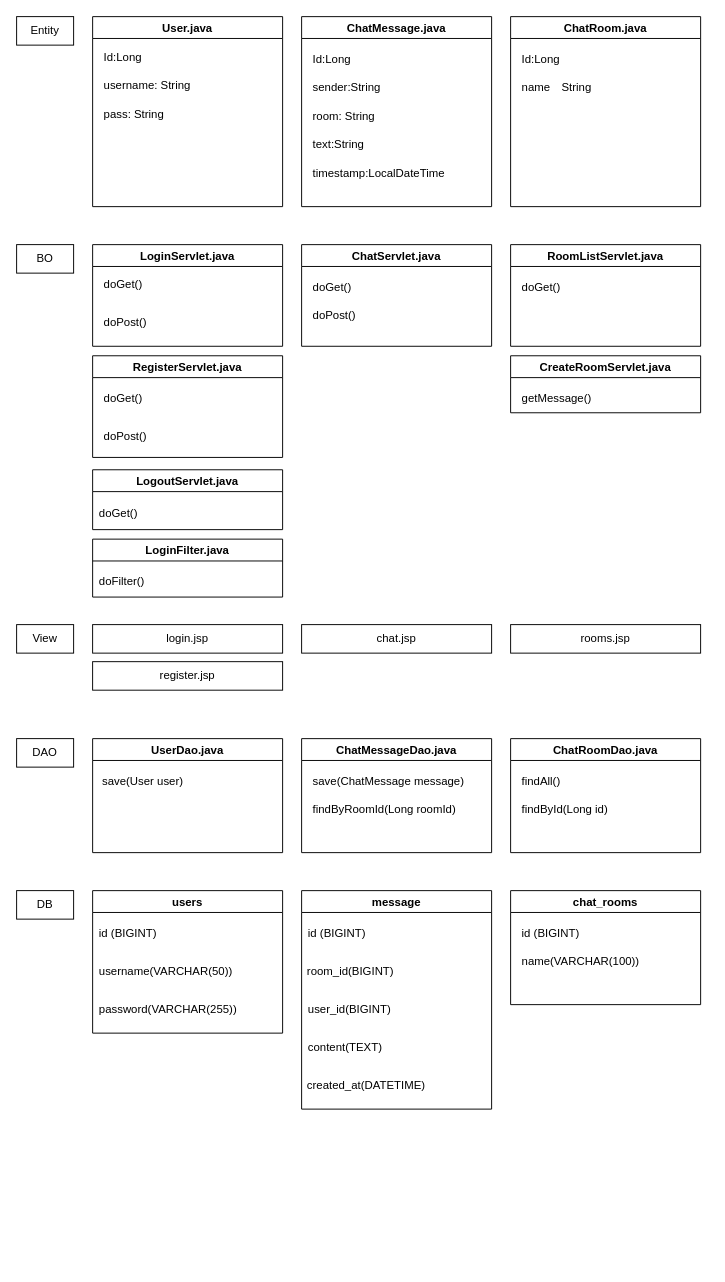
This is class diagram.drawio from SBharada20/jobridge202505, a draw.io file, before an edit. Source tidied: cells renumbered, new cells numbered last; positions are measured from the earlier drawing's top-left corner, leaving out a move shared by most shapes. Both pictures are drawn from the tidied source at 95%, with x=0, y=0 at pixel (16, 16).
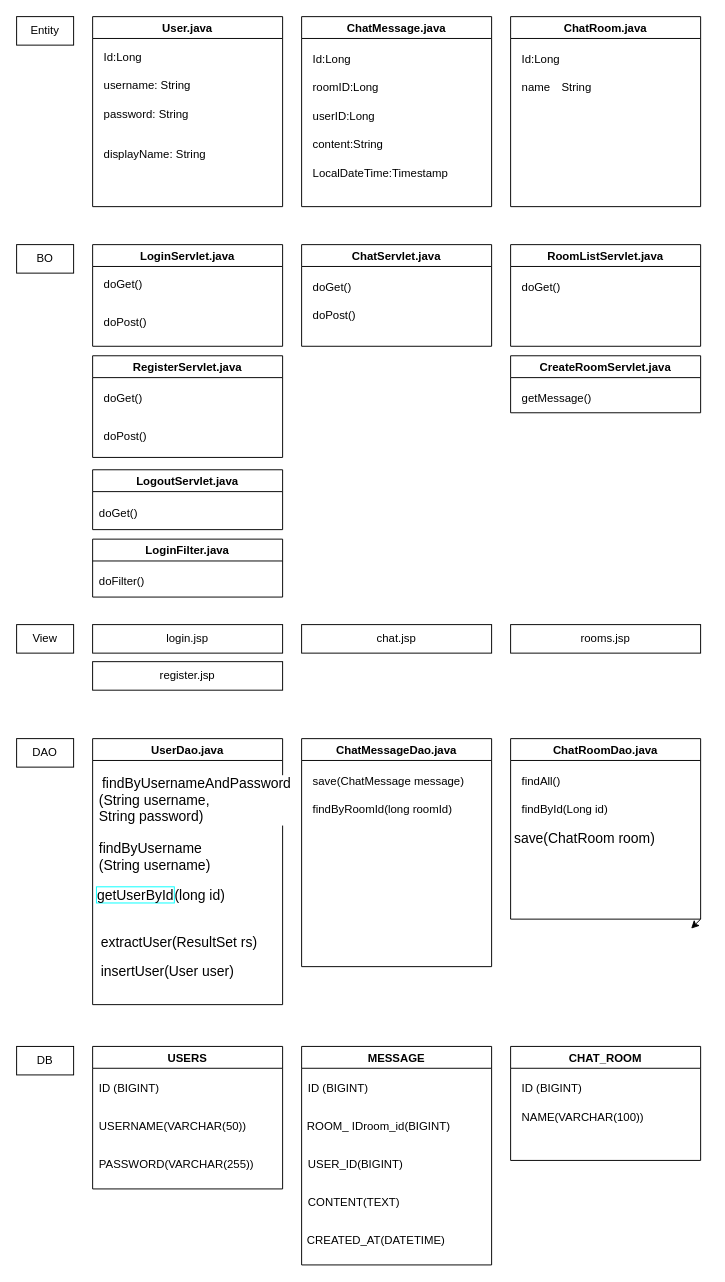
The same diagram, later.

The change refers to these unchanged cells:
```xml
<mxCell id="2" value="User.java" style="swimlane;" parent="1" vertex="1">
  <mxGeometry x="80" width="200" height="200" as="geometry" />
</mxCell>
<mxCell id="6" value="ChatMessage.java" style="swimlane;" parent="1" vertex="1">
  <mxGeometry x="300" width="200" height="200" as="geometry" />
</mxCell>
```

The edit, as a diff of the source:
```diff
@@
-    <mxCell id="5" value="pass: String" style="text;html=1;align=left;verticalAlign=middle;strokeColor=none;fillColor=none;" parent="2" vertex="1">
-      <mxGeometry x="10" y="88" width="90" height="30" as="geometry" />
+    <mxCell id="5" value="password: String" style="text;html=1;align=left;verticalAlign=middle;strokeColor=none;fillColor=none;" parent="2" vertex="1">
+      <mxGeometry x="10" y="88" width="110" height="30" as="geometry" />
     </mxCell>
+    <mxCell id="62" value="displayName: String" style="text;html=1;align=left;verticalAlign=middle;strokeColor=none;fillColor=none;" parent="2" vertex="1">
+      <mxGeometry x="10" y="130" width="130" height="30" as="geometry" />
+    </mxCell>
@@
-    <mxCell id="7" value="room: String" style="text;html=1;align=left;verticalAlign=middle;strokeColor=none;fillColor=none;" parent="6" vertex="1">
+    <mxCell id="7" value="&lt;span style=&quot;color: rgb(0, 0, 0);&quot;&gt;userID:Long&lt;/span&gt;" style="text;html=1;align=left;verticalAlign=middle;strokeColor=none;fillColor=none;" parent="6" vertex="1">
       <mxGeometry x="10" y="90" width="90" height="30" as="geometry" />
     </mxCell>
-    <mxCell id="8" value="sender:String" style="text;html=1;align=left;verticalAlign=middle;strokeColor=none;fillColor=none;" parent="6" vertex="1">
+    <mxCell id="8" value="roomID:Long" style="text;html=1;align=left;verticalAlign=middle;strokeColor=none;fillColor=none;" parent="6" vertex="1">
       <mxGeometry x="10" y="60" width="90" height="30" as="geometry" />
     </mxCell>
@@
-    <mxCell id="10" value="text:String" style="text;html=1;align=left;verticalAlign=middle;strokeColor=none;fillColor=none;" parent="6" vertex="1">
-      <mxGeometry x="10" y="120" width="80" height="30" as="geometry" />
+    <mxCell id="10" value="content:String" style="text;html=1;align=left;verticalAlign=middle;strokeColor=none;fillColor=none;" parent="6" vertex="1">
+      <mxGeometry x="10" y="120" width="100" height="30" as="geometry" />
     </mxCell>
-    <mxCell id="11" value="timestamp&lt;span style=&quot;background-color: transparent; color: light-dark(rgb(0, 0, 0), rgb(255, 255, 255));&quot;&gt;:LocalDateTime&lt;/span&gt;" style="text;html=1;align=left;verticalAlign=middle;strokeColor=none;fillColor=none;" parent="6" vertex="1">
-      <mxGeometry x="10" y="150" width="160" height="30" as="geometry" />
+    <mxCell id="11" value="LocalDateTime&lt;span style=&quot;background-color: transparent; color: light-dark(rgb(0, 0, 0), rgb(255, 255, 255));&quot;&gt;:Timestamp&lt;/span&gt;" style="text;html=1;align=left;verticalAlign=middle;strokeColor=none;fillColor=none;" parent="6" vertex="1">
+      <mxGeometry x="10" y="150" width="170" height="30" as="geometry" />
     </mxCell>
@@
     <mxCell id="31" value="UserDao.java" style="swimlane;" parent="1" vertex="1">
-      <mxGeometry x="80" y="760" width="200" height="120" as="geometry" />
+      <mxGeometry x="80" y="760" width="200" height="280" as="geometry" />
     </mxCell>
+    <mxCell id="63" value="&lt;span style=&quot;padding: 0px 0px 0px 2px;&quot;&gt;&lt;span style=&quot;font-family: &amp;quot;ＭＳ ゴシック&amp;quot;; font-size: 11pt; white-space-collapse: preserve;&quot;&gt;&lt;font style=&quot;color: rgb(0, 0, 0);&quot;&gt;&lt;span&gt;&lt;/span&gt;&lt;span&gt;findByUsername&lt;/span&gt;&lt;/font&gt;&lt;/span&gt;&lt;/span&gt;&lt;div&gt;&lt;span style=&quot;padding: 0px 0px 0px 2px;&quot;&gt;&lt;span style=&quot;font-family: &amp;quot;ＭＳ ゴシック&amp;quot;; font-size: 11pt; white-space-collapse: preserve;&quot;&gt;&lt;font style=&quot;color: rgb(0, 0, 0);&quot;&gt;&lt;span&gt;(&lt;/span&gt;&lt;span&gt;String&lt;/span&gt;&lt;span&gt; &lt;/span&gt;&lt;span&gt;username&lt;/span&gt;&lt;span&gt;)&lt;/span&gt;&lt;/font&gt;&lt;/span&gt;&lt;/span&gt;&lt;/div&gt;" style="text;html=1;align=left;verticalAlign=middle;strokeColor=none;fillColor=none;labelBackgroundColor=default;labelBorderColor=none;" parent="31" vertex="1">
+      <mxGeometry x="2.5" y="100" width="150" height="50" as="geometry" />
+    </mxCell>
-    <mxCell id="32" value="&amp;nbsp;save(User user)" style="text;html=1;align=left;verticalAlign=middle;strokeColor=none;fillColor=none;" parent="31" vertex="1">
-      <mxGeometry x="5" y="30" width="110" height="30" as="geometry" />
+    <mxCell id="32" value="&amp;nbsp;&lt;span style=&quot;padding: 0px 0px 0px 2px;&quot;&gt;&lt;span style=&quot;font-family: &amp;quot;ＭＳ ゴシック&amp;quot;; font-size: 11pt; white-space-collapse: preserve;&quot;&gt;&lt;span style=&quot;text-decoration-color: rgb(0, 102, 204);&quot;&gt;findByUsernameAndPassword&lt;/span&gt;&lt;/span&gt;&lt;/span&gt;&lt;div&gt;&lt;span style=&quot;padding: 0px 0px 0px 2px;&quot;&gt;&lt;span style=&quot;font-family: &amp;quot;ＭＳ ゴシック&amp;quot;; font-size: 11pt; white-space-collapse: preserve;&quot;&gt;&lt;span style=&quot;&quot;&gt;(&lt;/span&gt;&lt;span style=&quot;&quot;&gt;String&lt;/span&gt;&lt;span style=&quot;&quot;&gt; &lt;/span&gt;&lt;span style=&quot;&quot;&gt;username&lt;/span&gt;&lt;span style=&quot;&quot;&gt;,&lt;/span&gt;&lt;span style=&quot;&quot;&gt; &lt;/span&gt;&lt;/span&gt;&lt;/span&gt;&lt;/div&gt;&lt;div&gt;&lt;span style=&quot;padding: 0px 0px 0px 2px;&quot;&gt;&lt;span style=&quot;font-family: &amp;quot;ＭＳ ゴシック&amp;quot;; font-size: 11pt; white-space-collapse: preserve;&quot;&gt;String password) &lt;/span&gt;&lt;/span&gt;&lt;/div&gt;" style="text;html=1;align=left;verticalAlign=middle;strokeColor=none;fillColor=none;labelBackgroundColor=default;fontColor=#000000;" parent="31" vertex="1">
+      <mxGeometry x="2.5" y="30" width="210" height="70" as="geometry" />
     </mxCell>
+    <mxCell id="64" value="&lt;div style=&quot;padding: 0px 0px 0px 2px;&quot;&gt;&lt;div style=&quot;font-family: &amp;quot;ＭＳ ゴシック&amp;quot;; font-size: 11pt; white-space-collapse: preserve;&quot;&gt;&lt;p style=&quot;margin: 0px;&quot;&gt;&lt;font style=&quot;color: rgb(0, 0, 0);&quot;&gt;&lt;span&gt;&lt;/span&gt;&lt;span&gt;extractUser&lt;/span&gt;&lt;span&gt;(&lt;/span&gt;&lt;span&gt;ResultSet&lt;/span&gt;&lt;span&gt; &lt;/span&gt;&lt;span&gt;rs&lt;/span&gt;&lt;span&gt;)&lt;/span&gt;&lt;span&gt; &lt;/span&gt;&lt;/font&gt;&lt;/p&gt;&lt;/div&gt;&lt;/div&gt;" style="text;html=1;align=left;verticalAlign=middle;strokeColor=none;fillColor=none;labelBackgroundColor=default;" parent="31" vertex="1">
+      <mxGeometry x="5" y="200" width="210" height="30" as="geometry" />
+    </mxCell>
+    <mxCell id="65" value="&lt;span style=&quot;padding: 0px 0px 0px 2px;&quot;&gt;&lt;span style=&quot;font-family: &amp;quot;ＭＳ ゴシック&amp;quot;; font-size: 11pt; white-space-collapse: preserve;&quot;&gt;&lt;font&gt;&lt;font style=&quot;color: rgb(0, 0, 0);&quot;&gt;&lt;span&gt;&lt;/span&gt;&lt;/font&gt;&lt;span style=&quot;border: 1pt solid rgb(0, 255, 255);&quot;&gt;&lt;font style=&quot;color: rgb(0, 0, 0);&quot;&gt;getUserById&lt;/font&gt;&lt;/span&gt;&lt;font style=&quot;color: rgb(0, 0, 0);&quot;&gt;(long id)&lt;/font&gt;&lt;/font&gt;&lt;/span&gt;&lt;/span&gt;" style="text;html=1;align=left;verticalAlign=middle;strokeColor=none;fillColor=none;labelBackgroundColor=default;" parent="31" vertex="1">
+      <mxGeometry y="150" width="170" height="30" as="geometry" />
+    </mxCell>
+    <mxCell id="66" value="&lt;span style=&quot;padding: 0px 0px 0px 2px;&quot;&gt;&lt;span style=&quot;font-family: &amp;quot;ＭＳ ゴシック&amp;quot;; font-size: 11pt; white-space-collapse: preserve; background-color: light-dark(#ffffff, var(--ge-dark-color, #121212));&quot;&gt;&lt;font style=&quot;color: rgb(0, 0, 0);&quot;&gt;&lt;span&gt;insertUser&lt;/span&gt;&lt;span&gt;(&lt;/span&gt;&lt;span&gt;User&lt;/span&gt;&lt;span&gt; &lt;/span&gt;&lt;span&gt;user&lt;/span&gt;&lt;span&gt;)&lt;/span&gt;&lt;/font&gt;&lt;/span&gt;&lt;/span&gt;" style="text;html=1;align=left;verticalAlign=middle;strokeColor=none;fillColor=none;labelBackgroundColor=default;" parent="31" vertex="1">
+      <mxGeometry x="5" y="230" width="180" height="30" as="geometry" />
+    </mxCell>
     <mxCell id="33" value="ChatMessageDao.java" style="swimlane;" parent="1" vertex="1">
-      <mxGeometry x="300" y="760" width="200" height="120" as="geometry" />
+      <mxGeometry x="300" y="760" width="200" height="240" as="geometry" />
     </mxCell>
@@
-    <mxCell id="35" value="findByRoomId(Long roomId)" style="text;html=1;align=left;verticalAlign=middle;strokeColor=none;fillColor=none;" parent="33" vertex="1">
+    <mxCell id="35" value="findByRoomId(long roomId)" style="text;html=1;align=left;verticalAlign=middle;strokeColor=none;fillColor=none;" parent="33" vertex="1">
       <mxGeometry x="10" y="60" width="170" height="30" as="geometry" />
     </mxCell>
+    <mxCell id="67" style="edgeStyle=none;html=1;exitX=1;exitY=1;exitDx=0;exitDy=0;" parent="1" edge="1" source="36">
+      <mxGeometry relative="1" as="geometry">
+        <mxPoint x="710" y="960" as="targetPoint" />
+      </mxGeometry>
+    </mxCell>
     <mxCell id="36" value="ChatRoomDao.java" style="swimlane;" parent="1" vertex="1">
-      <mxGeometry x="520" y="760" width="200" height="120" as="geometry" />
+      <mxGeometry x="520" y="760" width="200" height="190" as="geometry" />
     </mxCell>
@@
+    <mxCell id="68" style="text;html=1;align=left;verticalAlign=middle;strokeColor=none;fillColor=none;" parent="36" vertex="1">
+      <mxGeometry x="10" y="80" width="20" height="30" as="geometry" />
+    </mxCell>
+    <mxCell id="69" value="&lt;span style=&quot;padding: 0px 0px 0px 2px;&quot;&gt;&lt;span style=&quot;font-family: &amp;quot;ＭＳ ゴシック&amp;quot;; font-size: 11pt; white-space-collapse: preserve;&quot;&gt;&lt;span style=&quot;&quot;&gt;save&lt;/span&gt;&lt;span style=&quot;&quot;&gt;(&lt;/span&gt;&lt;span style=&quot;&quot;&gt;ChatRoom&lt;/span&gt;&lt;span style=&quot;&quot;&gt; &lt;/span&gt;&lt;span style=&quot;&quot;&gt;room&lt;/span&gt;&lt;span style=&quot;&quot;&gt;)&lt;/span&gt;&lt;/span&gt;&lt;/span&gt;" style="text;html=1;align=left;verticalAlign=middle;strokeColor=none;fillColor=none;fontColor=#000000;labelBackgroundColor=default;" parent="36" vertex="1">
+      <mxGeometry y="90" width="160" height="30" as="geometry" />
+    </mxCell>
@@
     <mxCell id="48" value="DB" style="rounded=0;whiteSpace=wrap;html=1;" parent="1" vertex="1">
-      <mxGeometry y="920" width="60" height="30" as="geometry" />
+      <mxGeometry y="1084" width="60" height="30" as="geometry" />
     </mxCell>
-    <mxCell id="49" value="users" style="swimlane;" parent="1" vertex="1">
-      <mxGeometry x="80" y="920" width="200" height="150" as="geometry" />
+    <mxCell id="49" value="USERS" style="swimlane;" parent="1" vertex="1">
+      <mxGeometry x="80" y="1084" width="200" height="150" as="geometry" />
     </mxCell>
-    <mxCell id="50" value="id (BIGINT)" style="text;html=1;align=left;verticalAlign=middle;strokeColor=none;fillColor=none;" parent="49" vertex="1">
-      <mxGeometry x="5" y="30" width="80" height="30" as="geometry" />
+    <mxCell id="50" value="ID (BIGINT)" style="text;html=1;align=left;verticalAlign=middle;strokeColor=none;fillColor=none;" parent="49" vertex="1">
+      <mxGeometry x="5" y="30" width="90" height="30" as="geometry" />
     </mxCell>
-    <mxCell id="51" value="username(VARCHAR(50))" style="text;html=1;align=left;verticalAlign=middle;strokeColor=none;fillColor=none;" parent="49" vertex="1">
-      <mxGeometry x="5" y="70" width="160" height="30" as="geometry" />
+    <mxCell id="51" value="USERNAME(VARCHAR(50))" style="text;html=1;align=left;verticalAlign=middle;strokeColor=none;fillColor=none;" parent="49" vertex="1">
+      <mxGeometry x="5" y="70" width="180" height="30" as="geometry" />
     </mxCell>
-    <mxCell id="52" value="password(VARCHAR(255))" style="text;html=1;align=left;verticalAlign=middle;strokeColor=none;fillColor=none;" parent="49" vertex="1">
-      <mxGeometry x="5" y="110" width="170" height="30" as="geometry" />
+    <mxCell id="52" value="PASSWORD(VARCHAR(255))" style="text;html=1;align=left;verticalAlign=middle;strokeColor=none;fillColor=none;" parent="49" vertex="1">
+      <mxGeometry x="5" y="110" width="190" height="30" as="geometry" />
     </mxCell>
-    <mxCell id="53" value="message" style="swimlane;" parent="1" vertex="1">
-      <mxGeometry x="300" y="920" width="200" height="230" as="geometry" />
+    <mxCell id="53" value="MESSAGE" style="swimlane;" parent="1" vertex="1">
+      <mxGeometry x="300" y="1084" width="200" height="230" as="geometry" />
     </mxCell>
-    <mxCell id="54" value="id (BIGINT)" style="text;html=1;align=left;verticalAlign=middle;strokeColor=none;fillColor=none;" parent="53" vertex="1">
-      <mxGeometry x="5" y="30" width="80" height="30" as="geometry" />
+    <mxCell id="54" value="ID (BIGINT)" style="text;html=1;align=left;verticalAlign=middle;strokeColor=none;fillColor=none;" parent="53" vertex="1">
+      <mxGeometry x="5" y="30" width="90" height="30" as="geometry" />
     </mxCell>
-    <mxCell id="55" value="user_id(BIGINT)" style="text;html=1;align=left;verticalAlign=middle;strokeColor=none;fillColor=none;" parent="53" vertex="1">
-      <mxGeometry x="5" y="110" width="110" height="30" as="geometry" />
+    <mxCell id="55" value="USER_ID(BIGINT)" style="text;html=1;align=left;verticalAlign=middle;strokeColor=none;fillColor=none;" parent="53" vertex="1">
+      <mxGeometry x="5" y="110" width="120" height="30" as="geometry" />
     </mxCell>
-    <mxCell id="56" value="room_id(BIGINT)" style="text;html=1;align=left;verticalAlign=middle;strokeColor=none;fillColor=none;" parent="53" vertex="1">
-      <mxGeometry x="4" y="70" width="110" height="30" as="geometry" />
+    <mxCell id="56" value="ROOM_ IDroom_id(BIGINT)" style="text;html=1;align=left;verticalAlign=middle;strokeColor=none;fillColor=none;" parent="53" vertex="1">
+      <mxGeometry x="4" y="70" width="170" height="30" as="geometry" />
     </mxCell>
-    <mxCell id="57" value="content(TEXT)" style="text;html=1;align=left;verticalAlign=middle;strokeColor=none;fillColor=none;" parent="53" vertex="1">
-      <mxGeometry x="5" y="150" width="100" height="30" as="geometry" />
+    <mxCell id="57" value="CONTENT(TEXT)" style="text;html=1;align=left;verticalAlign=middle;strokeColor=none;fillColor=none;" parent="53" vertex="1">
+      <mxGeometry x="5" y="150" width="120" height="30" as="geometry" />
     </mxCell>
-    <mxCell id="58" value="created_at(DATETIME)" style="text;html=1;align=left;verticalAlign=middle;strokeColor=none;fillColor=none;" parent="53" vertex="1">
-      <mxGeometry x="4" y="190" width="150" height="30" as="geometry" />
+    <mxCell id="58" value="CREATED_AT(DATETIME)" style="text;html=1;align=left;verticalAlign=middle;strokeColor=none;fillColor=none;" parent="53" vertex="1">
+      <mxGeometry x="4" y="190" width="170" height="30" as="geometry" />
     </mxCell>
-    <mxCell id="59" value="chat_rooms" style="swimlane;" parent="1" vertex="1">
-      <mxGeometry x="520" y="920" width="200" height="120" as="geometry" />
+    <mxCell id="59" value="CHAT_ROOM" style="swimlane;" parent="1" vertex="1">
+      <mxGeometry x="520" y="1084" width="200" height="120" as="geometry" />
     </mxCell>
-    <mxCell id="60" value="id (BIGINT)" style="text;html=1;align=left;verticalAlign=middle;strokeColor=none;fillColor=none;" parent="59" vertex="1">
-      <mxGeometry x="10" y="30" width="80" height="30" as="geometry" />
+    <mxCell id="60" value="ID (BIGINT)" style="text;html=1;align=left;verticalAlign=middle;strokeColor=none;fillColor=none;" parent="59" vertex="1">
+      <mxGeometry x="10" y="30" width="90" height="30" as="geometry" />
     </mxCell>
-    <mxCell id="61" value="name(VARCHAR(100))" style="text;html=1;align=left;verticalAlign=middle;strokeColor=none;fillColor=none;" parent="59" vertex="1">
+    <mxCell id="61" value="NAME(VARCHAR(100))" style="text;html=1;align=left;verticalAlign=middle;strokeColor=none;fillColor=none;" parent="59" vertex="1">
       <mxGeometry x="10" y="60" width="150" height="30" as="geometry" />
     </mxCell>
```
